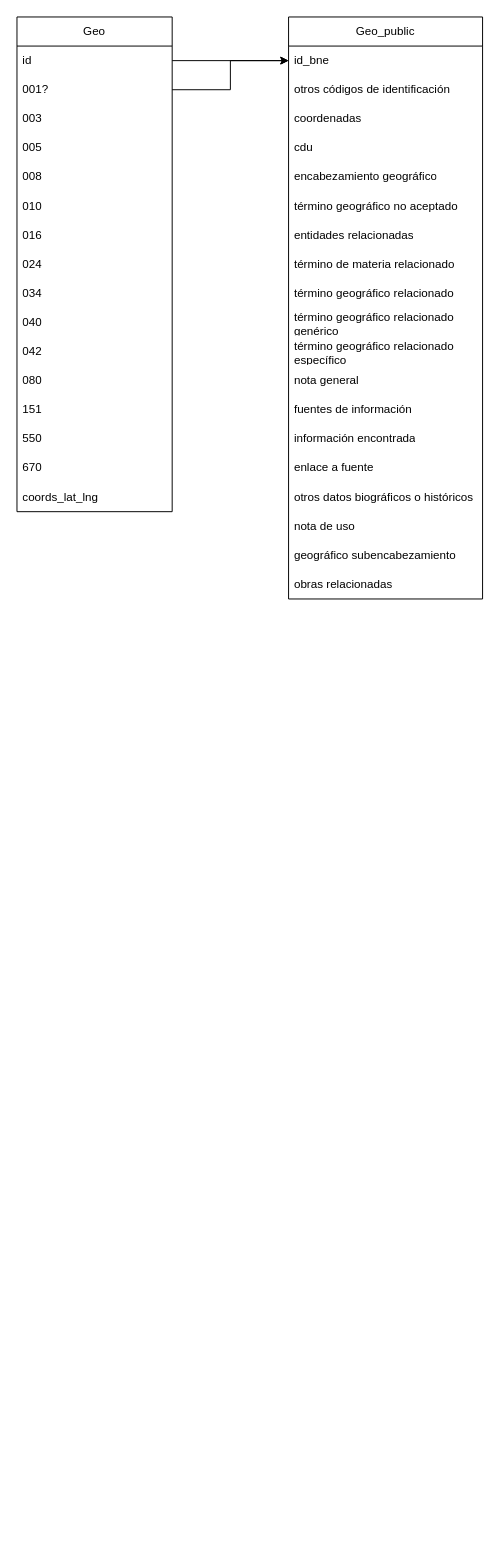
Earlier version of the draw.io diagram draw/models.drawio (vgenov-py/bne_api). Source tidied: cells renumbered, new cells numbered last; positions are measured from the earlier drawing's top-left corner, leaving out a move shared by most shapes. Both pictures are drawn from the tidied source at 97%, with x=0, y=0 at pixel (16, 16).
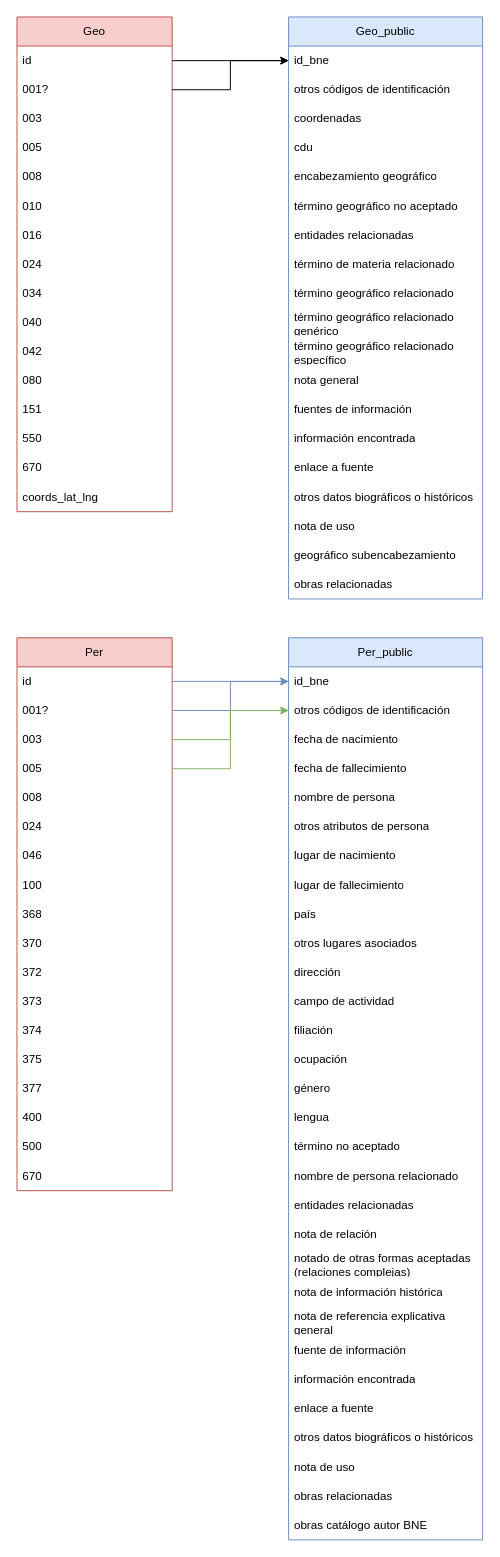
Above is the later version.

What changed in the source:
```diff
@@
-    <mxCell id="2" value="Geo" style="swimlane;fontStyle=0;horizontal=1;startSize=30;whiteSpace=wrap;html=1;" parent="1" vertex="1">
+    <mxCell id="2" value="Geo" style="swimlane;fontStyle=0;horizontal=1;startSize=30;whiteSpace=wrap;html=1;fillColor=#f8cecc;strokeColor=#b85450;" parent="1" vertex="1">
       <mxGeometry width="160" height="510" as="geometry" />
     </mxCell>
@@
-    <mxCell id="19" value="Geo_public" style="swimlane;fontStyle=0;horizontal=1;startSize=30;whiteSpace=wrap;html=1;" parent="1" vertex="1">
+    <mxCell id="19" value="Geo_public" style="swimlane;fontStyle=0;horizontal=1;startSize=30;whiteSpace=wrap;html=1;fillColor=#dae8fc;strokeColor=#6c8ebf;" parent="1" vertex="1">
       <mxGeometry x="280" width="200" height="600" as="geometry" />
     </mxCell>
@@
+    <mxCell id="41" value="Per_public" style="swimlane;fontStyle=0;horizontal=1;startSize=30;whiteSpace=wrap;html=1;fillColor=#dae8fc;strokeColor=#6c8ebf;" parent="1" vertex="1">
+      <mxGeometry x="280" y="640" width="200" height="930" as="geometry" />
+    </mxCell>
+    <mxCell id="42" value="id_bne" style="text;strokeColor=none;fillColor=none;align=left;verticalAlign=middle;spacingLeft=4;spacingRight=4;overflow=hidden;points=[[0,0.5],[1,0.5]];portConstraint=eastwest;whiteSpace=wrap;html=1;" parent="41" vertex="1">
+      <mxGeometry y="30" width="200" height="30" as="geometry" />
+    </mxCell>
+    <mxCell id="43" value="otros códigos de identificación" style="text;strokeColor=none;fillColor=none;align=left;verticalAlign=middle;spacingLeft=4;spacingRight=4;overflow=hidden;points=[[0,0.5],[1,0.5]];portConstraint=eastwest;whiteSpace=wrap;html=1;" parent="41" vertex="1">
+      <mxGeometry y="60" width="200" height="30" as="geometry" />
+    </mxCell>
+    <mxCell id="44" value="fecha de nacimiento" style="text;strokeColor=none;fillColor=none;align=left;verticalAlign=middle;spacingLeft=4;spacingRight=4;overflow=hidden;whiteSpace=wrap;html=1;" parent="41" vertex="1">
+      <mxGeometry y="90" width="200" height="30" as="geometry" />
+    </mxCell>
+    <mxCell id="45" value="fecha de fallecimiento" style="text;strokeColor=none;fillColor=none;align=left;verticalAlign=middle;spacingLeft=4;spacingRight=4;overflow=hidden;whiteSpace=wrap;html=1;" parent="41" vertex="1">
+      <mxGeometry y="120" width="200" height="30" as="geometry" />
+    </mxCell>
+    <mxCell id="46" value="nombre de persona" style="text;strokeColor=none;fillColor=none;align=left;verticalAlign=middle;spacingLeft=4;spacingRight=4;overflow=hidden;whiteSpace=wrap;html=1;" parent="41" vertex="1">
+      <mxGeometry y="150" width="200" height="30" as="geometry" />
+    </mxCell>
+    <mxCell id="47" value="otros atributos de persona" style="text;strokeColor=none;fillColor=none;align=left;verticalAlign=middle;spacingLeft=4;spacingRight=4;overflow=hidden;whiteSpace=wrap;html=1;" parent="41" vertex="1">
+      <mxGeometry y="180" width="200" height="30" as="geometry" />
+    </mxCell>
+    <mxCell id="48" value="lugar de nacimiento" style="text;strokeColor=none;fillColor=none;align=left;verticalAlign=middle;spacingLeft=4;spacingRight=4;overflow=hidden;whiteSpace=wrap;html=1;" parent="41" vertex="1">
+      <mxGeometry y="210" width="200" height="30" as="geometry" />
+    </mxCell>
+    <mxCell id="49" value="lugar de fallecimiento" style="text;strokeColor=none;fillColor=none;align=left;verticalAlign=middle;spacingLeft=4;spacingRight=4;overflow=hidden;whiteSpace=wrap;html=1;" parent="41" vertex="1">
+      <mxGeometry y="240" width="200" height="30" as="geometry" />
+    </mxCell>
+    <mxCell id="50" value="país" style="text;strokeColor=none;fillColor=none;align=left;verticalAlign=middle;spacingLeft=4;spacingRight=4;overflow=hidden;whiteSpace=wrap;html=1;" parent="41" vertex="1">
+      <mxGeometry y="270" width="200" height="30" as="geometry" />
+    </mxCell>
+    <mxCell id="51" value="otros lugares asociados" style="text;strokeColor=none;fillColor=none;align=left;verticalAlign=middle;spacingLeft=4;spacingRight=4;overflow=hidden;whiteSpace=wrap;html=1;" parent="41" vertex="1">
+      <mxGeometry y="300" width="200" height="30" as="geometry" />
+    </mxCell>
+    <mxCell id="52" value="dirección" style="text;strokeColor=none;fillColor=none;align=left;verticalAlign=middle;spacingLeft=4;spacingRight=4;overflow=hidden;whiteSpace=wrap;html=1;" parent="41" vertex="1">
+      <mxGeometry y="330" width="200" height="30" as="geometry" />
+    </mxCell>
+    <mxCell id="53" value="campo de actividad" style="text;strokeColor=none;fillColor=none;align=left;verticalAlign=middle;spacingLeft=4;spacingRight=4;overflow=hidden;whiteSpace=wrap;html=1;" parent="41" vertex="1">
+      <mxGeometry y="360" width="200" height="30" as="geometry" />
+    </mxCell>
+    <mxCell id="54" value="filiación" style="text;strokeColor=none;fillColor=none;align=left;verticalAlign=middle;spacingLeft=4;spacingRight=4;overflow=hidden;whiteSpace=wrap;html=1;" parent="41" vertex="1">
+      <mxGeometry y="390" width="200" height="30" as="geometry" />
+    </mxCell>
+    <mxCell id="55" value="ocupación" style="text;strokeColor=none;fillColor=none;align=left;verticalAlign=middle;spacingLeft=4;spacingRight=4;overflow=hidden;whiteSpace=wrap;html=1;" parent="41" vertex="1">
+      <mxGeometry y="420" width="200" height="30" as="geometry" />
+    </mxCell>
+    <mxCell id="56" value="género" style="text;strokeColor=none;fillColor=none;align=left;verticalAlign=middle;spacingLeft=4;spacingRight=4;overflow=hidden;whiteSpace=wrap;html=1;" parent="41" vertex="1">
+      <mxGeometry y="450" width="200" height="30" as="geometry" />
+    </mxCell>
+    <mxCell id="57" value="lengua" style="text;strokeColor=none;fillColor=none;align=left;verticalAlign=middle;spacingLeft=4;spacingRight=4;overflow=hidden;whiteSpace=wrap;html=1;" parent="41" vertex="1">
+      <mxGeometry y="480" width="200" height="30" as="geometry" />
+    </mxCell>
+    <mxCell id="58" value="término no aceptado" style="text;strokeColor=none;fillColor=none;align=left;verticalAlign=middle;spacingLeft=4;spacingRight=4;overflow=hidden;whiteSpace=wrap;html=1;" parent="41" vertex="1">
+      <mxGeometry y="510" width="200" height="30" as="geometry" />
+    </mxCell>
+    <mxCell id="59" value="nombre de persona relacionado" style="text;strokeColor=none;fillColor=none;align=left;verticalAlign=middle;spacingLeft=4;spacingRight=4;overflow=hidden;whiteSpace=wrap;html=1;" parent="41" vertex="1">
+      <mxGeometry y="540" width="200" height="30" as="geometry" />
+    </mxCell>
+    <mxCell id="60" value="entidades relacionadas" style="text;strokeColor=none;fillColor=none;align=left;verticalAlign=middle;spacingLeft=4;spacingRight=4;overflow=hidden;whiteSpace=wrap;html=1;" parent="41" vertex="1">
+      <mxGeometry y="570" width="200" height="30" as="geometry" />
+    </mxCell>
+    <mxCell id="61" value="nota de relación" style="text;strokeColor=none;fillColor=none;align=left;verticalAlign=middle;spacingLeft=4;spacingRight=4;overflow=hidden;whiteSpace=wrap;html=1;" parent="41" vertex="1">
+      <mxGeometry y="600" width="200" height="30" as="geometry" />
+    </mxCell>
+    <mxCell id="62" value="notado de otras formas aceptadas (relaciones complejas)" style="text;strokeColor=none;fillColor=none;align=left;verticalAlign=middle;spacingLeft=4;spacingRight=4;overflow=hidden;whiteSpace=wrap;html=1;" parent="41" vertex="1">
+      <mxGeometry y="630" width="200" height="30" as="geometry" />
+    </mxCell>
+    <mxCell id="63" value="nota de información histórica" style="text;strokeColor=none;fillColor=none;align=left;verticalAlign=middle;spacingLeft=4;spacingRight=4;overflow=hidden;whiteSpace=wrap;html=1;" parent="41" vertex="1">
+      <mxGeometry y="660" width="200" height="30" as="geometry" />
+    </mxCell>
+    <mxCell id="64" value="nota de referencia explicativa general" style="text;strokeColor=none;fillColor=none;align=left;verticalAlign=middle;spacingLeft=4;spacingRight=4;overflow=hidden;whiteSpace=wrap;html=1;" parent="41" vertex="1">
+      <mxGeometry y="690" width="200" height="30" as="geometry" />
+    </mxCell>
+    <mxCell id="65" value="fuente de información" style="text;strokeColor=none;fillColor=none;align=left;verticalAlign=middle;spacingLeft=4;spacingRight=4;overflow=hidden;whiteSpace=wrap;html=1;" parent="41" vertex="1">
+      <mxGeometry y="720" width="200" height="30" as="geometry" />
+    </mxCell>
+    <mxCell id="66" value="información encontrada" style="text;strokeColor=none;fillColor=none;align=left;verticalAlign=middle;spacingLeft=4;spacingRight=4;overflow=hidden;whiteSpace=wrap;html=1;" parent="41" vertex="1">
+      <mxGeometry y="750" width="200" height="30" as="geometry" />
+    </mxCell>
+    <mxCell id="67" value="enlace a fuente" style="text;strokeColor=none;fillColor=none;align=left;verticalAlign=middle;spacingLeft=4;spacingRight=4;overflow=hidden;whiteSpace=wrap;html=1;" parent="41" vertex="1">
+      <mxGeometry y="780" width="200" height="30" as="geometry" />
+    </mxCell>
+    <mxCell id="68" value="otros datos biográficos o históricos" style="text;strokeColor=none;fillColor=none;align=left;verticalAlign=middle;spacingLeft=4;spacingRight=4;overflow=hidden;whiteSpace=wrap;html=1;" parent="41" vertex="1">
+      <mxGeometry y="810" width="200" height="30" as="geometry" />
+    </mxCell>
+    <mxCell id="69" value="nota de uso" style="text;strokeColor=none;fillColor=none;align=left;verticalAlign=middle;spacingLeft=4;spacingRight=4;overflow=hidden;whiteSpace=wrap;html=1;" parent="41" vertex="1">
+      <mxGeometry y="840" width="200" height="30" as="geometry" />
+    </mxCell>
+    <mxCell id="70" value="obras relacionadas" style="text;strokeColor=none;fillColor=none;align=left;verticalAlign=middle;spacingLeft=4;spacingRight=4;overflow=hidden;whiteSpace=wrap;html=1;" parent="41" vertex="1">
+      <mxGeometry y="870" width="200" height="30" as="geometry" />
+    </mxCell>
+    <mxCell id="71" value="obras catálogo autor BNE" style="text;strokeColor=none;fillColor=none;align=left;verticalAlign=middle;spacingLeft=4;spacingRight=4;overflow=hidden;whiteSpace=wrap;html=1;" parent="41" vertex="1">
+      <mxGeometry y="900" width="200" height="30" as="geometry" />
+    </mxCell>
+    <mxCell id="72" value="Per" style="swimlane;fontStyle=0;horizontal=1;startSize=30;whiteSpace=wrap;html=1;fillColor=#f8cecc;strokeColor=#b85450;" parent="1" vertex="1">
+      <mxGeometry y="640" width="160" height="570" as="geometry" />
+    </mxCell>
+    <mxCell id="73" value="id" style="text;strokeColor=none;fillColor=none;align=left;verticalAlign=middle;spacingLeft=4;spacingRight=4;overflow=hidden;points=[[0,0.5],[1,0.5]];portConstraint=eastwest;whiteSpace=wrap;html=1;" parent="72" vertex="1">
+      <mxGeometry y="30" width="160" height="30" as="geometry" />
+    </mxCell>
+    <mxCell id="74" value="001?" style="text;strokeColor=none;fillColor=none;align=left;verticalAlign=middle;spacingLeft=4;spacingRight=4;overflow=hidden;points=[[0,0.5],[1,0.5]];portConstraint=eastwest;whiteSpace=wrap;html=1;" parent="72" vertex="1">
+      <mxGeometry y="60" width="160" height="30" as="geometry" />
+    </mxCell>
+    <mxCell id="75" value="003" style="text;strokeColor=none;fillColor=none;align=left;verticalAlign=middle;spacingLeft=4;spacingRight=4;overflow=hidden;points=[[0,0.5],[1,0.5]];portConstraint=eastwest;whiteSpace=wrap;html=1;" parent="72" vertex="1">
+      <mxGeometry y="90" width="160" height="30" as="geometry" />
+    </mxCell>
+    <mxCell id="76" value="005" style="text;strokeColor=none;fillColor=none;align=left;verticalAlign=middle;spacingLeft=4;spacingRight=4;overflow=hidden;points=[[0,0.5],[1,0.5]];portConstraint=eastwest;whiteSpace=wrap;html=1;" parent="72" vertex="1">
+      <mxGeometry y="120" width="160" height="30" as="geometry" />
+    </mxCell>
+    <mxCell id="77" value="008&lt;span style=&quot;white-space: pre;&quot;&gt;&#9;&lt;/span&gt;" style="text;strokeColor=none;fillColor=none;align=left;verticalAlign=middle;spacingLeft=4;spacingRight=4;overflow=hidden;whiteSpace=wrap;html=1;" parent="72" vertex="1">
+      <mxGeometry y="150" width="160" height="30" as="geometry" />
+    </mxCell>
+    <mxCell id="78" value="024" style="text;strokeColor=none;fillColor=none;align=left;verticalAlign=middle;spacingLeft=4;spacingRight=4;overflow=hidden;whiteSpace=wrap;html=1;" parent="72" vertex="1">
+      <mxGeometry y="180" width="160" height="30" as="geometry" />
+    </mxCell>
+    <mxCell id="79" value="046" style="text;strokeColor=none;fillColor=none;align=left;verticalAlign=middle;spacingLeft=4;spacingRight=4;overflow=hidden;whiteSpace=wrap;html=1;" parent="72" vertex="1">
+      <mxGeometry y="210" width="160" height="30" as="geometry" />
+    </mxCell>
+    <mxCell id="80" value="100" style="text;strokeColor=none;fillColor=none;align=left;verticalAlign=middle;spacingLeft=4;spacingRight=4;overflow=hidden;whiteSpace=wrap;html=1;" parent="72" vertex="1">
+      <mxGeometry y="240" width="160" height="30" as="geometry" />
+    </mxCell>
+    <mxCell id="81" value="368" style="text;strokeColor=none;fillColor=none;align=left;verticalAlign=middle;spacingLeft=4;spacingRight=4;overflow=hidden;whiteSpace=wrap;html=1;" parent="72" vertex="1">
+      <mxGeometry y="270" width="160" height="30" as="geometry" />
+    </mxCell>
+    <mxCell id="82" value="370" style="text;strokeColor=none;fillColor=none;align=left;verticalAlign=middle;spacingLeft=4;spacingRight=4;overflow=hidden;whiteSpace=wrap;html=1;" parent="72" vertex="1">
+      <mxGeometry y="300" width="160" height="30" as="geometry" />
+    </mxCell>
+    <mxCell id="83" value="372" style="text;strokeColor=none;fillColor=none;align=left;verticalAlign=middle;spacingLeft=4;spacingRight=4;overflow=hidden;whiteSpace=wrap;html=1;" parent="72" vertex="1">
+      <mxGeometry y="330" width="160" height="30" as="geometry" />
+    </mxCell>
+    <mxCell id="84" value="373" style="text;strokeColor=none;fillColor=none;align=left;verticalAlign=middle;spacingLeft=4;spacingRight=4;overflow=hidden;whiteSpace=wrap;html=1;" parent="72" vertex="1">
+      <mxGeometry y="360" width="160" height="30" as="geometry" />
+    </mxCell>
+    <mxCell id="85" value="374" style="text;strokeColor=none;fillColor=none;align=left;verticalAlign=middle;spacingLeft=4;spacingRight=4;overflow=hidden;whiteSpace=wrap;html=1;" parent="72" vertex="1">
+      <mxGeometry y="390" width="160" height="30" as="geometry" />
+    </mxCell>
+    <mxCell id="86" value="375" style="text;strokeColor=none;fillColor=none;align=left;verticalAlign=middle;spacingLeft=4;spacingRight=4;overflow=hidden;whiteSpace=wrap;html=1;" parent="72" vertex="1">
+      <mxGeometry y="420" width="160" height="30" as="geometry" />
+    </mxCell>
+    <mxCell id="87" value="377" style="text;strokeColor=none;fillColor=none;align=left;verticalAlign=middle;spacingLeft=4;spacingRight=4;overflow=hidden;whiteSpace=wrap;html=1;" parent="72" vertex="1">
+      <mxGeometry y="450" width="160" height="30" as="geometry" />
+    </mxCell>
+    <mxCell id="88" value="400" style="text;strokeColor=none;fillColor=none;align=left;verticalAlign=middle;spacingLeft=4;spacingRight=4;overflow=hidden;whiteSpace=wrap;html=1;" parent="72" vertex="1">
+      <mxGeometry y="480" width="160" height="30" as="geometry" />
+    </mxCell>
+    <mxCell id="89" value="500" style="text;strokeColor=none;fillColor=none;align=left;verticalAlign=middle;spacingLeft=4;spacingRight=4;overflow=hidden;whiteSpace=wrap;html=1;" parent="72" vertex="1">
+      <mxGeometry y="510" width="160" height="30" as="geometry" />
+    </mxCell>
+    <mxCell id="90" value="670" style="text;strokeColor=none;fillColor=none;align=left;verticalAlign=middle;spacingLeft=4;spacingRight=4;overflow=hidden;whiteSpace=wrap;html=1;" parent="72" vertex="1">
+      <mxGeometry y="540" width="160" height="30" as="geometry" />
+    </mxCell>
+    <mxCell id="91" style="edgeStyle=orthogonalEdgeStyle;rounded=0;jettySize=auto;html=1;entryX=0;entryY=0.5;entryDx=0;entryDy=0;fillColor=#dae8fc;strokeColor=#6c8ebf;" parent="1" edge="1" source="73" target="42">
+      <mxGeometry relative="1" as="geometry" />
+    </mxCell>
+    <mxCell id="92" style="edgeStyle=orthogonalEdgeStyle;rounded=0;jettySize=auto;html=1;fillColor=#dae8fc;strokeColor=#6c8ebf;" parent="1" edge="1" source="74" target="42">
+      <mxGeometry relative="1" as="geometry" />
+    </mxCell>
+    <mxCell id="93" style="edgeStyle=orthogonalEdgeStyle;rounded=0;jettySize=auto;html=1;entryX=0;entryY=0.5;entryDx=0;entryDy=0;fillColor=#d5e8d4;strokeColor=#82b366;" parent="1" edge="1" source="75" target="43">
+      <mxGeometry relative="1" as="geometry" />
+    </mxCell>
+    <mxCell id="94" style="edgeStyle=orthogonalEdgeStyle;rounded=0;jettySize=auto;html=1;entryX=0;entryY=0.5;entryDx=0;entryDy=0;fillColor=#d5e8d4;strokeColor=#82b366;" parent="1" edge="1" source="76" target="43">
+      <mxGeometry relative="1" as="geometry" />
+    </mxCell>
```
